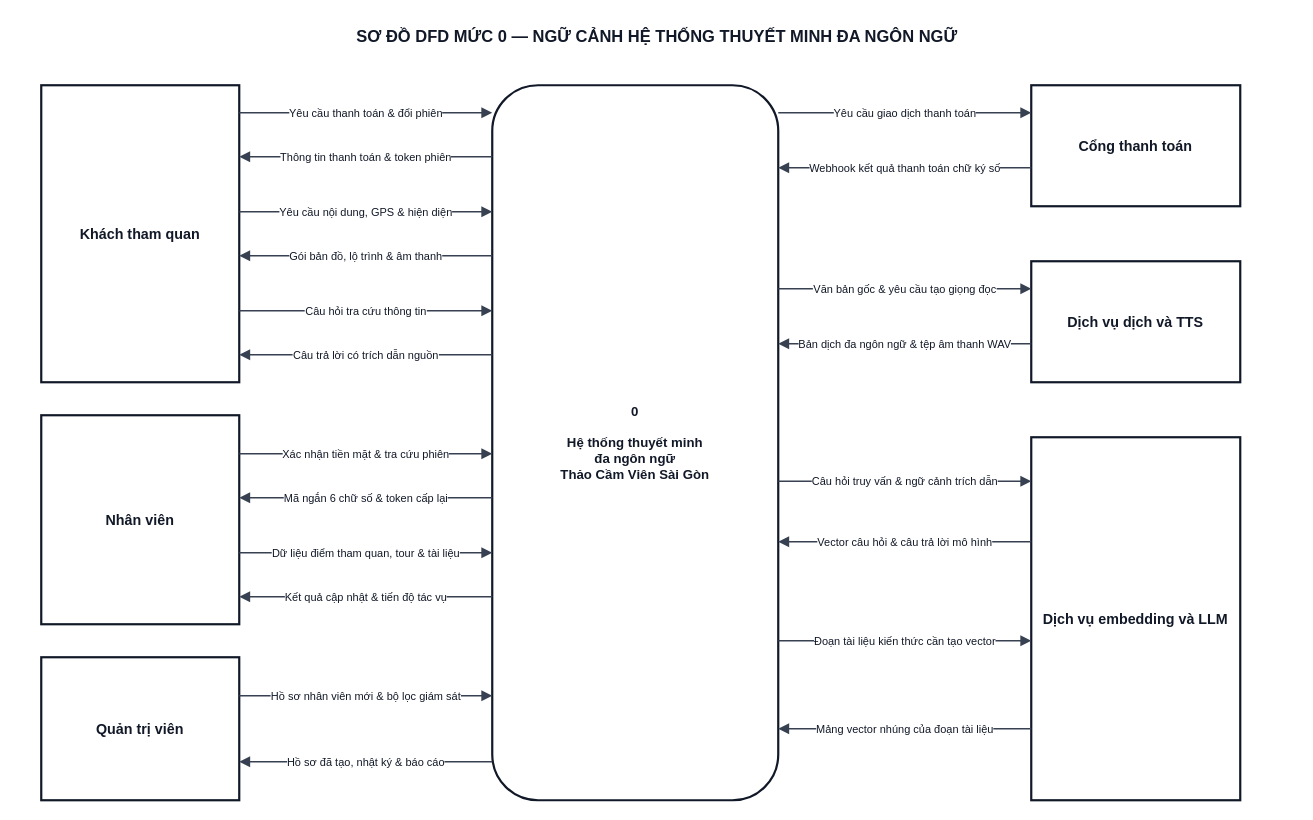
Kazuken123/prj_sgu26_cnpm keeps this draw.io diagram as docs/diagram/dfd/DFD_Level_0_Context.drawio. Above is the earlier version. Source tidied: cells renumbered, new cells numbered last; positions are measured from the earlier drawing's top-left corner, leaving out a move shared by most shapes. Both pictures are drawn from the tidied source at 110%, with x=0, y=0 at pixel (19, 19).
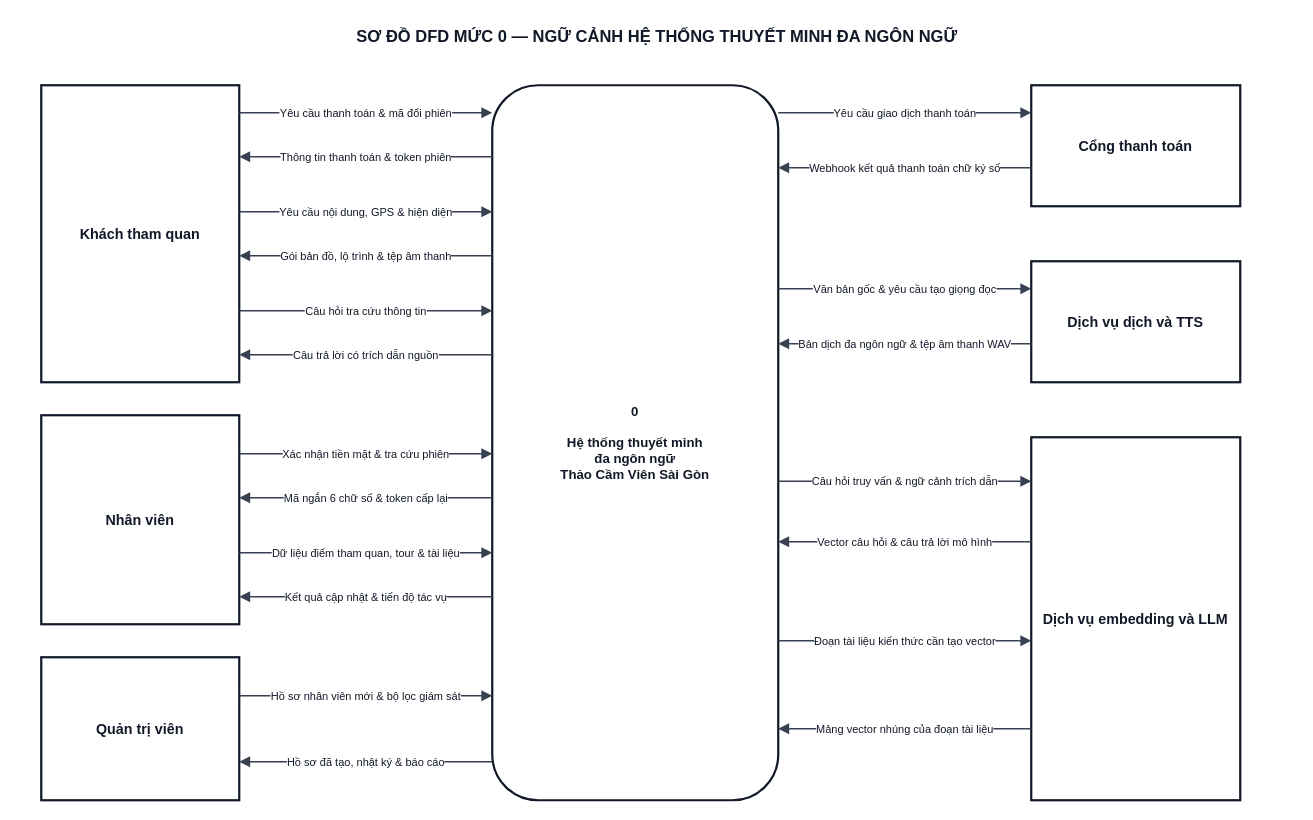
Above is the later version.

Unchanged cells that the change refers to:
```xml
<mxCell id="3" value="&lt;b&gt;0&lt;/b&gt;&lt;br/&gt;&lt;br/&gt;Hệ thống thuyết minh&lt;br/&gt;đa ngôn ngữ&lt;br/&gt;Thảo Cầm Viên Sài Gòn" style="rounded=1;arcSize=16;whiteSpace=wrap;html=1;fillColor=#FFFFFF;strokeColor=#111827;strokeWidth=2;fontFamily=Arial;fontSize=12;fontStyle=1;fontColor=#111827;align=center;" parent="1" vertex="1">
  <mxGeometry x="430" y="60" width="260" height="650" as="geometry" />
</mxCell>
<mxCell id="4" value="Khách tham quan" style="rounded=0;whiteSpace=wrap;html=1;fillColor=#FFFFFF;strokeColor=#111827;strokeWidth=2;fontFamily=Arial;fontSize=13;fontStyle=1;fontColor=#111827;align=center;" parent="1" vertex="1">
  <mxGeometry x="20" y="60" width="180" height="270" as="geometry" />
</mxCell>
```

What changed in the source:
```diff
@@
-    <mxCell id="10" value="Yêu cầu thanh toán &amp; đổi phiên" style="edgeStyle=orthogonalEdgeStyle;rounded=0;jettySize=auto;html=1;strokeColor=#374151;strokeWidth=1.5;endArrow=block;endFill=1;fontFamily=Arial;fontSize=10;fontColor=#111827;labelBackgroundColor=#FFFFFF;spacing=2;exitX=1.0000;exitY=0.0926;exitDx=0;exitDy=0;entryX=0.0000;entryY=0.0385;entryDx=0;entryDy=0;" parent="1" edge="1" source="4" target="3">
+    <mxCell id="10" value="Yêu cầu thanh toán &amp; mã đổi phiên" style="edgeStyle=orthogonalEdgeStyle;rounded=0;jettySize=auto;html=1;strokeColor=#374151;strokeWidth=1.5;endArrow=block;endFill=1;fontFamily=Arial;fontSize=10;fontColor=#111827;labelBackgroundColor=#FFFFFF;spacing=2;exitX=1.0000;exitY=0.0926;exitDx=0;exitDy=0;entryX=0.0000;entryY=0.0385;entryDx=0;entryDy=0;" parent="1" edge="1" source="4" target="3">
       <mxGeometry relative="1" as="geometry" />
     </mxCell>
@@
-    <mxCell id="13" value="Gói bản đồ, lộ trình &amp; âm thanh" style="edgeStyle=orthogonalEdgeStyle;rounded=0;jettySize=auto;html=1;strokeColor=#374151;strokeWidth=1.5;endArrow=block;endFill=1;fontFamily=Arial;fontSize=10;fontColor=#111827;labelBackgroundColor=#FFFFFF;spacing=2;exitX=0.0000;exitY=0.2385;exitDx=0;exitDy=0;entryX=1.0000;entryY=0.5741;entryDx=0;entryDy=0;" parent="1" edge="1" source="3" target="4">
+    <mxCell id="13" value="Gói bản đồ, lộ trình &amp; tệp âm thanh" style="edgeStyle=orthogonalEdgeStyle;rounded=0;jettySize=auto;html=1;strokeColor=#374151;strokeWidth=1.5;endArrow=block;endFill=1;fontFamily=Arial;fontSize=10;fontColor=#111827;labelBackgroundColor=#FFFFFF;spacing=2;exitX=0.0000;exitY=0.2385;exitDx=0;exitDy=0;entryX=1.0000;entryY=0.5741;entryDx=0;entryDy=0;" parent="1" edge="1" source="3" target="4">
       <mxGeometry relative="1" as="geometry" />
     </mxCell>
```
